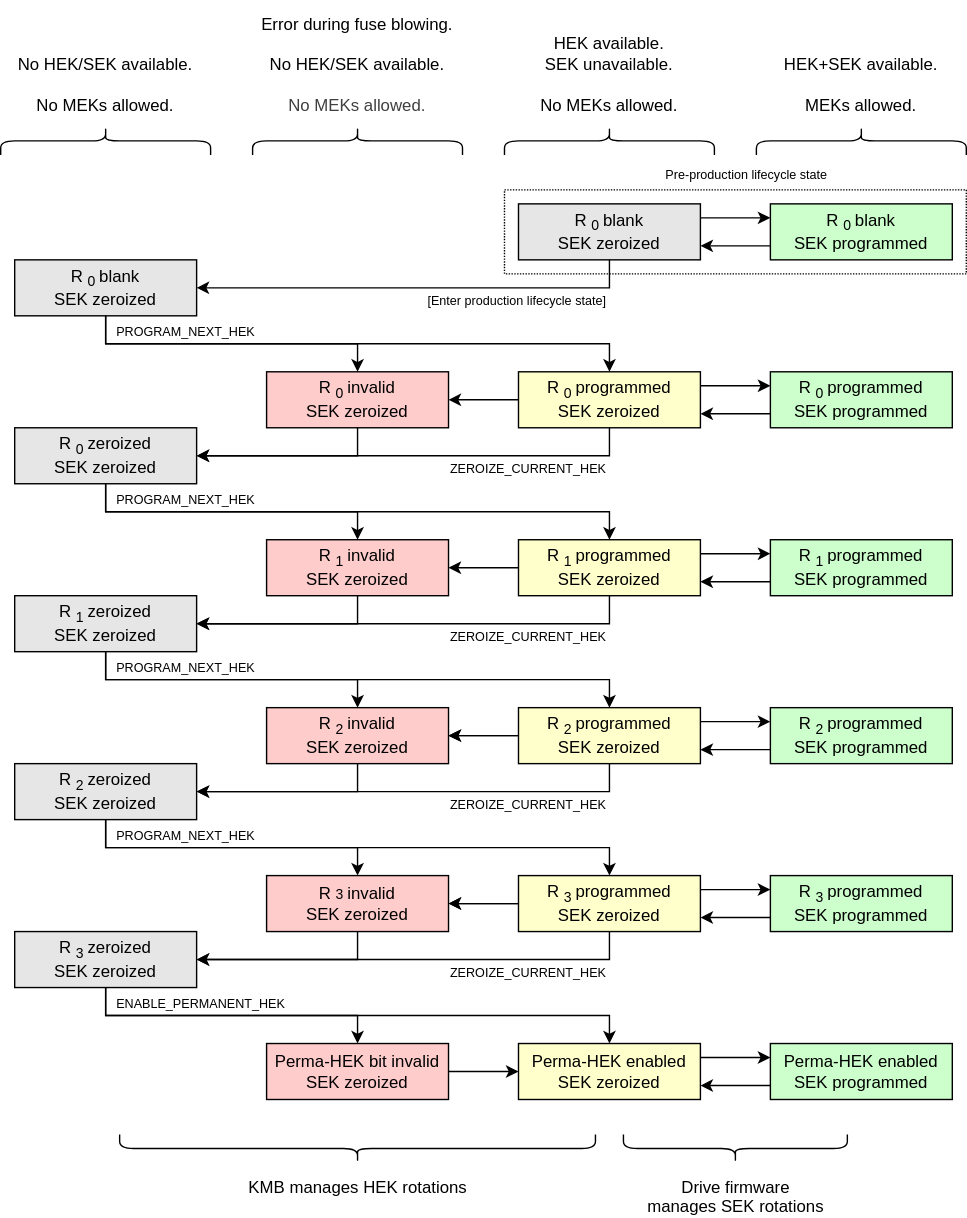
chipsalliance/Caliptra keeps this draw.io diagram as doc/ocp_lock/diagrams/hek_sek_rotation.drawio.svg. Above is the earlier version. Source tidied: cells renumbered, new cells last; positions are measured from the earlier drawing's top-left corner, leaving out a move shared by most shapes.
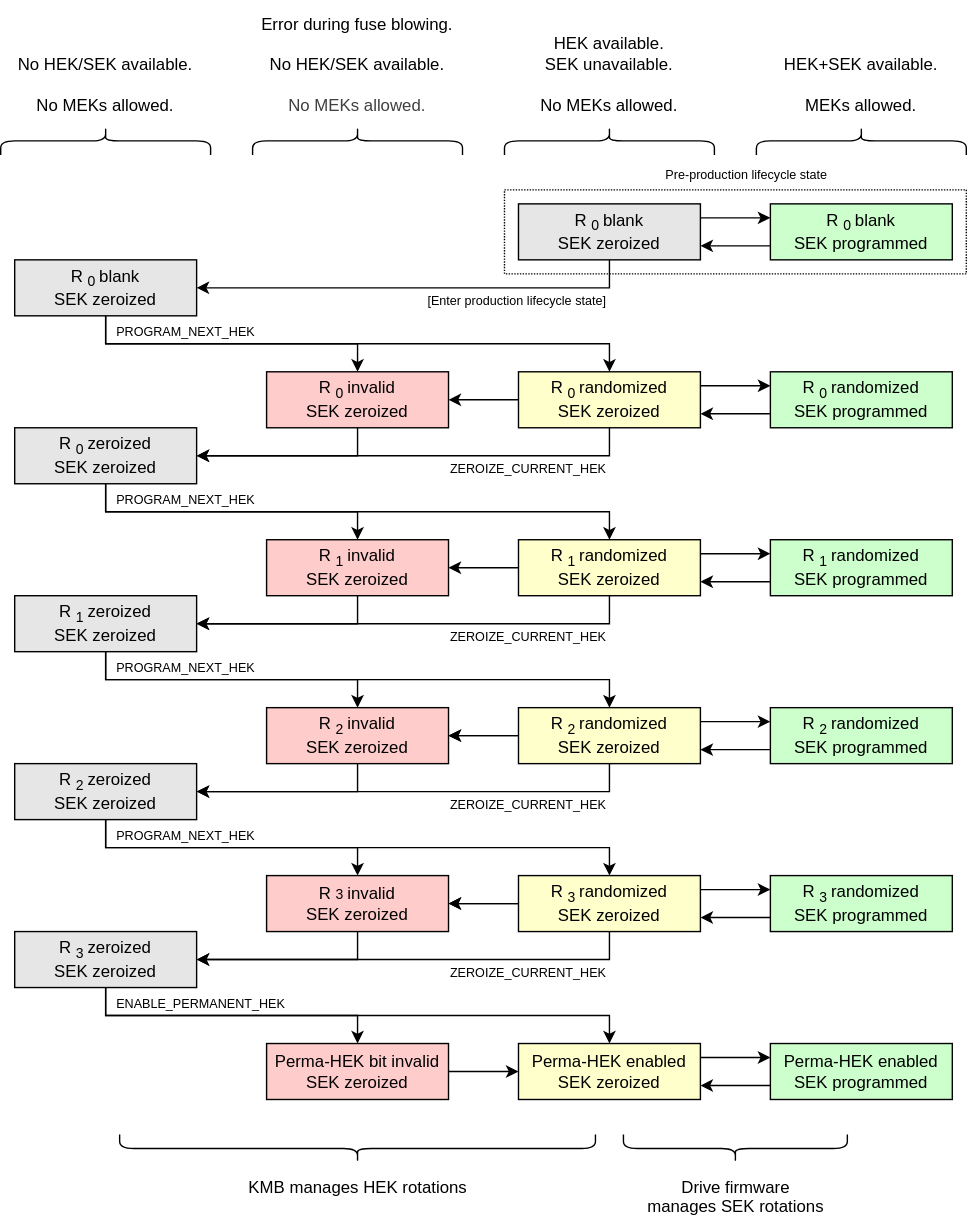
The same file after the commit.

Commit message:
Use Caliptra's lifecycle state instead of Subsystem. (#372)

Also correct terminology in the HEK-SEK rotation diagram,
s/programmed/randomized/

The edit, as a diff of the source:
```diff
@@ -5,7 +5,7 @@
     <mxCell id="2" value="&lt;div&gt;&lt;font color=&quot;#000000&quot;&gt;R&lt;sub&gt;0&lt;/sub&gt;&amp;nbsp;&lt;/font&gt;&lt;span style=&quot;color: rgb(0, 0, 0); background-color: transparent;&quot;&gt;blank&lt;/span&gt;&lt;/div&gt;&lt;div&gt;&lt;font color=&quot;#000000&quot;&gt;SEK&amp;nbsp;&lt;span style=&quot;color: rgb(0, 0, 0);&quot;&gt;zeroized&lt;/span&gt;&amp;nbsp;&lt;/font&gt;&lt;/div&gt;" style="rounded=0;whiteSpace=wrap;html=1;align=center;verticalAlign=middle;shadow=0;glass=0;spacingLeft=0;spacingBottom=0;spacingTop=0;fillColor=#E6E6E6;" parent="1" vertex="1">
       <mxGeometry x="10" y="185" width="130" height="40" as="geometry" />
     </mxCell>
-    <mxCell id="3" value="&lt;div&gt;&lt;font color=&quot;#000000&quot;&gt;R&lt;sub&gt;0&lt;/sub&gt;&amp;nbsp;programmed&lt;/font&gt;&lt;/div&gt;&lt;div&gt;&lt;font color=&quot;#000000&quot;&gt;SEK&amp;nbsp;&lt;/font&gt;&lt;span style=&quot;color: rgb(0, 0, 0); background-color: transparent;&quot;&gt;zeroized&lt;/span&gt;&lt;/div&gt;" style="rounded=0;whiteSpace=wrap;html=1;align=center;verticalAlign=middle;shadow=0;glass=0;spacingLeft=0;spacingBottom=0;spacingTop=0;fillColor=#FFFFCC;" parent="1" vertex="1">
+    <mxCell id="3" value="&lt;div&gt;&lt;font color=&quot;#000000&quot;&gt;R&lt;sub&gt;0&lt;/sub&gt;&amp;nbsp;randomized&lt;/font&gt;&lt;/div&gt;&lt;div&gt;&lt;font color=&quot;#000000&quot;&gt;SEK&amp;nbsp;&lt;/font&gt;&lt;span style=&quot;color: rgb(0, 0, 0); background-color: transparent;&quot;&gt;zeroized&lt;/span&gt;&lt;/div&gt;" style="rounded=0;whiteSpace=wrap;html=1;align=center;verticalAlign=middle;shadow=0;glass=0;spacingLeft=0;spacingBottom=0;spacingTop=0;fillColor=#FFFFCC;" parent="1" vertex="1">
       <mxGeometry x="370" y="265" width="130" height="40" as="geometry" />
     </mxCell>
     <mxCell id="4" value="&lt;div&gt;&lt;font color=&quot;#000000&quot;&gt;R&lt;sub&gt;0&lt;/sub&gt;&amp;nbsp;invalid&lt;/font&gt;&lt;/div&gt;&lt;div&gt;&lt;font color=&quot;#000000&quot;&gt;SEK zeroized&lt;/font&gt;&lt;/div&gt;" style="rounded=0;whiteSpace=wrap;html=1;align=center;verticalAlign=middle;shadow=0;glass=0;spacingLeft=0;spacingBottom=0;spacingTop=0;fillColor=#FFCCCC;" parent="1" vertex="1">
@@ -37,10 +37,10 @@
         </Array>
       </mxGeometry>
     </mxCell>
-    <mxCell id="11" value="&lt;div&gt;&lt;font color=&quot;#000000&quot;&gt;R&lt;sub&gt;0&lt;/sub&gt;&amp;nbsp;programmed&lt;/font&gt;&lt;/div&gt;&lt;div&gt;&lt;font color=&quot;#000000&quot;&gt;SEK programmed&lt;/font&gt;&lt;/div&gt;" style="rounded=0;whiteSpace=wrap;html=1;align=center;verticalAlign=middle;shadow=0;glass=0;spacingLeft=0;spacingBottom=0;spacingTop=0;fillColor=#CCFFCC;" parent="1" vertex="1">
+    <mxCell id="11" value="&lt;div&gt;&lt;font color=&quot;#000000&quot;&gt;R&lt;sub&gt;0&lt;/sub&gt;&amp;nbsp;&lt;/font&gt;&lt;span style=&quot;color: rgb(0, 0, 0); background-color: transparent;&quot;&gt;randomized&lt;/span&gt;&lt;/div&gt;&lt;div&gt;&lt;font color=&quot;#000000&quot;&gt;SEK programmed&lt;/font&gt;&lt;/div&gt;" style="rounded=0;whiteSpace=wrap;html=1;align=center;verticalAlign=middle;shadow=0;glass=0;spacingLeft=0;spacingBottom=0;spacingTop=0;fillColor=#CCFFCC;" parent="1" vertex="1">
       <mxGeometry x="550" y="265" width="130" height="40" as="geometry" />
     </mxCell>
-    <mxCell id="12" value="&lt;div&gt;&lt;font color=&quot;#000000&quot;&gt;R&lt;sub&gt;1&lt;/sub&gt;&amp;nbsp;programmed&lt;/font&gt;&lt;/div&gt;&lt;div&gt;&lt;font color=&quot;#000000&quot;&gt;SEK&amp;nbsp;&lt;/font&gt;&lt;span style=&quot;color: rgb(0, 0, 0); background-color: transparent;&quot;&gt;zeroized&lt;/span&gt;&lt;/div&gt;" style="rounded=0;whiteSpace=wrap;html=1;align=center;verticalAlign=middle;shadow=0;glass=0;spacingLeft=0;spacingBottom=0;spacingTop=0;fillColor=#FFFFCC;" parent="1" vertex="1">
+    <mxCell id="12" value="&lt;div&gt;&lt;font color=&quot;#000000&quot;&gt;R&lt;sub&gt;1&lt;/sub&gt;&amp;nbsp;&lt;/font&gt;&lt;span style=&quot;color: rgb(0, 0, 0); background-color: transparent;&quot;&gt;randomized&lt;/span&gt;&lt;/div&gt;&lt;div&gt;&lt;font color=&quot;#000000&quot;&gt;SEK&amp;nbsp;&lt;/font&gt;&lt;span style=&quot;color: rgb(0, 0, 0); background-color: transparent;&quot;&gt;zeroized&lt;/span&gt;&lt;/div&gt;" style="rounded=0;whiteSpace=wrap;html=1;align=center;verticalAlign=middle;shadow=0;glass=0;spacingLeft=0;spacingBottom=0;spacingTop=0;fillColor=#FFFFCC;" parent="1" vertex="1">
       <mxGeometry x="370" y="385" width="130" height="40" as="geometry" />
     </mxCell>
     <mxCell id="13" value="&lt;div&gt;&lt;font color=&quot;#000000&quot;&gt;R&lt;sub&gt;1&lt;/sub&gt;&amp;nbsp;invalid&lt;/font&gt;&lt;/div&gt;&lt;div&gt;&lt;font color=&quot;#000000&quot;&gt;SEK&amp;nbsp;&lt;/font&gt;&lt;span style=&quot;color: rgb(0, 0, 0); background-color: transparent;&quot;&gt;zeroized&lt;/span&gt;&lt;/div&gt;" style="rounded=0;whiteSpace=wrap;html=1;align=center;verticalAlign=middle;shadow=0;glass=0;spacingLeft=0;spacingBottom=0;spacingTop=0;fillColor=#FFCCCC;" parent="1" vertex="1">
@@ -77,7 +77,7 @@
     <mxCell id="20" style="edgeStyle=none;html=1;startSize=6;endSize=6;" parent="1" edge="1" source="21" target="22">
       <mxGeometry relative="1" as="geometry" />
     </mxCell>
-    <mxCell id="21" value="&lt;div&gt;&lt;font color=&quot;#000000&quot;&gt;R&lt;sub&gt;2&lt;/sub&gt;&amp;nbsp;programmed&lt;/font&gt;&lt;/div&gt;&lt;div&gt;&lt;font color=&quot;#000000&quot;&gt;SEK&amp;nbsp;&lt;/font&gt;&lt;span style=&quot;color: rgb(0, 0, 0); background-color: transparent;&quot;&gt;zeroized&lt;/span&gt;&lt;/div&gt;" style="rounded=0;whiteSpace=wrap;html=1;align=center;verticalAlign=middle;shadow=0;glass=0;spacingLeft=0;spacingBottom=0;spacingTop=0;fillColor=#FFFFCC;" parent="1" vertex="1">
+    <mxCell id="21" value="&lt;div&gt;&lt;font color=&quot;#000000&quot;&gt;R&lt;sub&gt;2&lt;/sub&gt;&amp;nbsp;&lt;/font&gt;&lt;span style=&quot;color: rgb(0, 0, 0); background-color: transparent;&quot;&gt;randomized&lt;/span&gt;&lt;/div&gt;&lt;div&gt;&lt;font color=&quot;#000000&quot;&gt;SEK&amp;nbsp;&lt;/font&gt;&lt;span style=&quot;color: rgb(0, 0, 0); background-color: transparent;&quot;&gt;zeroized&lt;/span&gt;&lt;/div&gt;" style="rounded=0;whiteSpace=wrap;html=1;align=center;verticalAlign=middle;shadow=0;glass=0;spacingLeft=0;spacingBottom=0;spacingTop=0;fillColor=#FFFFCC;" parent="1" vertex="1">
       <mxGeometry x="370" y="505" width="130" height="40" as="geometry" />
     </mxCell>
     <mxCell id="22" value="&lt;div&gt;&lt;font color=&quot;#000000&quot;&gt;R&lt;sub&gt;2&lt;/sub&gt;&amp;nbsp;invalid&lt;/font&gt;&lt;/div&gt;&lt;div&gt;&lt;font color=&quot;#000000&quot;&gt;SEK&amp;nbsp;&lt;/font&gt;&lt;span style=&quot;color: rgb(0, 0, 0); background-color: transparent;&quot;&gt;zeroized&lt;/span&gt;&lt;/div&gt;" style="rounded=0;whiteSpace=wrap;html=1;align=center;verticalAlign=middle;shadow=0;glass=0;spacingLeft=0;spacingBottom=0;spacingTop=0;fillColor=#FFCCCC;" parent="1" vertex="1">
@@ -112,7 +112,7 @@
     <mxCell id="29" style="edgeStyle=none;html=1;startSize=6;endSize=6;" parent="1" edge="1" source="30" target="31">
       <mxGeometry relative="1" as="geometry" />
     </mxCell>
-    <mxCell id="30" value="&lt;div&gt;&lt;font color=&quot;#000000&quot;&gt;R&lt;sub&gt;3&lt;/sub&gt;&amp;nbsp;programmed&lt;/font&gt;&lt;/div&gt;&lt;div&gt;&lt;font color=&quot;#000000&quot;&gt;SEK&amp;nbsp;&lt;/font&gt;&lt;span style=&quot;color: rgb(0, 0, 0); background-color: transparent;&quot;&gt;zeroized&lt;/span&gt;&lt;/div&gt;" style="rounded=0;whiteSpace=wrap;html=1;align=center;verticalAlign=middle;shadow=0;glass=0;spacingLeft=0;spacingBottom=0;spacingTop=0;fillColor=#FFFFCC;" parent="1" vertex="1">
+    <mxCell id="30" value="&lt;div&gt;&lt;font color=&quot;#000000&quot;&gt;R&lt;sub&gt;3&lt;/sub&gt;&amp;nbsp;&lt;/font&gt;&lt;span style=&quot;color: rgb(0, 0, 0); background-color: transparent;&quot;&gt;randomized&lt;/span&gt;&lt;/div&gt;&lt;div&gt;&lt;font color=&quot;#000000&quot;&gt;SEK&amp;nbsp;&lt;/font&gt;&lt;span style=&quot;color: rgb(0, 0, 0); background-color: transparent;&quot;&gt;zeroized&lt;/span&gt;&lt;/div&gt;" style="rounded=0;whiteSpace=wrap;html=1;align=center;verticalAlign=middle;shadow=0;glass=0;spacingLeft=0;spacingBottom=0;spacingTop=0;fillColor=#FFFFCC;" parent="1" vertex="1">
       <mxGeometry x="370" y="625" width="130" height="40" as="geometry" />
     </mxCell>
     <mxCell id="31" value="&lt;div&gt;&lt;font color=&quot;#000000&quot;&gt;R&lt;/font&gt;&lt;font&gt;&lt;span style=&quot;font-size: 10px;&quot;&gt;3&lt;/span&gt;&lt;/font&gt;&lt;span style=&quot;color: rgb(0, 0, 0); background-color: transparent;&quot;&gt;&amp;nbsp;invalid&lt;/span&gt;&lt;/div&gt;&lt;div&gt;&lt;span style=&quot;color: rgb(0, 0, 0); background-color: transparent;&quot;&gt;SEK&amp;nbsp;&lt;/span&gt;&lt;span style=&quot;color: rgb(0, 0, 0); background-color: transparent;&quot;&gt;zeroized&lt;/span&gt;&lt;/div&gt;" style="rounded=0;whiteSpace=wrap;html=1;align=center;verticalAlign=middle;shadow=0;glass=0;spacingLeft=0;spacingBottom=0;spacingTop=0;fillColor=#FFCCCC;" parent="1" vertex="1">
@@ -159,13 +159,13 @@
     <mxCell id="42" style="edgeStyle=elbowEdgeStyle;elbow=vertical;endArrow=classic;html=1;rounded=0;endSize=6;startSize=6;exitX=0.5;exitY=1;exitDx=0;exitDy=0;entryX=0.5;entryY=0;entryDx=0;entryDy=0;" parent="1" edge="1" source="32" target="40">
       <mxGeometry relative="1" as="geometry" />
     </mxCell>
-    <mxCell id="43" value="&lt;div&gt;&lt;font color=&quot;#000000&quot;&gt;R&lt;sub&gt;1&lt;/sub&gt;&amp;nbsp;programmed&lt;/font&gt;&lt;/div&gt;&lt;div&gt;&lt;font color=&quot;#000000&quot;&gt;SEK&amp;nbsp;&lt;/font&gt;&lt;span style=&quot;color: rgb(0, 0, 0); background-color: transparent;&quot;&gt;programmed&lt;/span&gt;&lt;/div&gt;" style="rounded=0;whiteSpace=wrap;html=1;align=center;verticalAlign=middle;shadow=0;glass=0;spacingLeft=0;spacingBottom=0;spacingTop=0;fillColor=#CCFFCC;" parent="1" vertex="1">
+    <mxCell id="43" value="&lt;div&gt;&lt;font color=&quot;#000000&quot;&gt;R&lt;sub&gt;1&lt;/sub&gt;&amp;nbsp;&lt;/font&gt;&lt;span style=&quot;color: rgb(0, 0, 0); background-color: transparent;&quot;&gt;randomized&lt;/span&gt;&lt;/div&gt;&lt;div&gt;&lt;font color=&quot;#000000&quot;&gt;SEK&amp;nbsp;&lt;/font&gt;&lt;span style=&quot;color: rgb(0, 0, 0); background-color: transparent;&quot;&gt;programmed&lt;/span&gt;&lt;/div&gt;" style="rounded=0;whiteSpace=wrap;html=1;align=center;verticalAlign=middle;shadow=0;glass=0;spacingLeft=0;spacingBottom=0;spacingTop=0;fillColor=#CCFFCC;" parent="1" vertex="1">
       <mxGeometry x="550" y="385" width="130" height="40" as="geometry" />
     </mxCell>
-    <mxCell id="44" value="&lt;div&gt;&lt;font color=&quot;#000000&quot;&gt;R&lt;sub&gt;2&lt;/sub&gt;&amp;nbsp;programmed&lt;/font&gt;&lt;/div&gt;&lt;div&gt;&lt;font color=&quot;#000000&quot;&gt;SEK&amp;nbsp;&lt;/font&gt;&lt;span style=&quot;color: rgb(0, 0, 0); background-color: transparent;&quot;&gt;programmed&lt;/span&gt;&lt;/div&gt;" style="rounded=0;whiteSpace=wrap;html=1;align=center;verticalAlign=middle;shadow=0;glass=0;spacingLeft=0;spacingBottom=0;spacingTop=0;fillColor=#CCFFCC;" parent="1" vertex="1">
+    <mxCell id="44" value="&lt;div&gt;&lt;font color=&quot;#000000&quot;&gt;R&lt;sub&gt;2&lt;/sub&gt;&amp;nbsp;&lt;/font&gt;&lt;span style=&quot;color: rgb(0, 0, 0); background-color: transparent;&quot;&gt;randomized&lt;/span&gt;&lt;/div&gt;&lt;div&gt;&lt;font color=&quot;#000000&quot;&gt;SEK&amp;nbsp;&lt;/font&gt;&lt;span style=&quot;color: rgb(0, 0, 0); background-color: transparent;&quot;&gt;programmed&lt;/span&gt;&lt;/div&gt;" style="rounded=0;whiteSpace=wrap;html=1;align=center;verticalAlign=middle;shadow=0;glass=0;spacingLeft=0;spacingBottom=0;spacingTop=0;fillColor=#CCFFCC;" parent="1" vertex="1">
       <mxGeometry x="550" y="505" width="130" height="40" as="geometry" />
     </mxCell>
-    <mxCell id="45" value="&lt;div&gt;&lt;font color=&quot;#000000&quot;&gt;R&lt;sub&gt;3&lt;/sub&gt;&amp;nbsp;programmed&lt;/font&gt;&lt;/div&gt;&lt;div&gt;&lt;font color=&quot;#000000&quot;&gt;SEK&amp;nbsp;&lt;/font&gt;&lt;span style=&quot;color: rgb(0, 0, 0); background-color: transparent;&quot;&gt;programmed&lt;/span&gt;&lt;/div&gt;" style="rounded=0;whiteSpace=wrap;html=1;align=center;verticalAlign=middle;shadow=0;glass=0;spacingLeft=0;spacingBottom=0;spacingTop=0;fillColor=#CCFFCC;" parent="1" vertex="1">
+    <mxCell id="45" value="&lt;div&gt;&lt;font color=&quot;#000000&quot;&gt;R&lt;sub&gt;3&lt;/sub&gt;&amp;nbsp;&lt;/font&gt;&lt;span style=&quot;color: rgb(0, 0, 0); background-color: transparent;&quot;&gt;randomized&lt;/span&gt;&lt;/div&gt;&lt;div&gt;&lt;font color=&quot;#000000&quot;&gt;SEK&amp;nbsp;&lt;/font&gt;&lt;span style=&quot;color: rgb(0, 0, 0); background-color: transparent;&quot;&gt;programmed&lt;/span&gt;&lt;/div&gt;" style="rounded=0;whiteSpace=wrap;html=1;align=center;verticalAlign=middle;shadow=0;glass=0;spacingLeft=0;spacingBottom=0;spacingTop=0;fillColor=#CCFFCC;" parent="1" vertex="1">
       <mxGeometry x="550" y="625" width="130" height="40" as="geometry" />
     </mxCell>
     <mxCell id="46" value="&lt;div&gt;&lt;font color=&quot;#000000&quot;&gt;Perma-HEK enabled&lt;/font&gt;&lt;/div&gt;&lt;div&gt;&lt;font color=&quot;#000000&quot;&gt;SEK&amp;nbsp;&lt;/font&gt;&lt;span style=&quot;color: rgb(0, 0, 0); background-color: transparent;&quot;&gt;programmed&lt;/span&gt;&lt;/div&gt;" style="rounded=0;whiteSpace=wrap;html=1;align=center;verticalAlign=middle;shadow=0;glass=0;spacingLeft=0;spacingBottom=0;spacingTop=0;fillColor=#CCFFCC;" parent="1" vertex="1">
```
